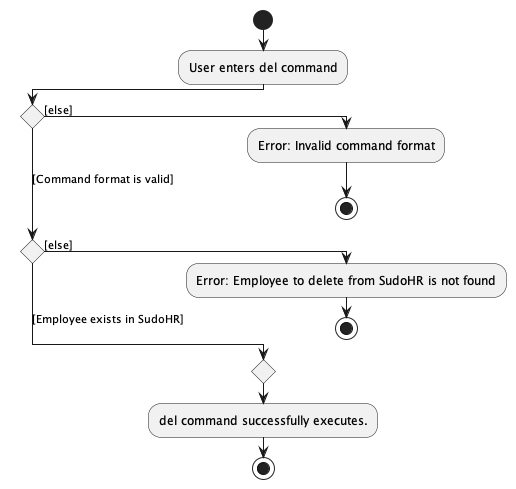
Before: docs/images/commands/employee/DeleteEmployeeActivityDiagram.png, a diagram exported from PlantUML (nus-cs2103-AY2223S2/tp). Source of this version:
```plantuml
@startuml
!pragma useVerticalIf on
start
:User enters del command;
if () then ([else])
  :Error: Invalid command format;
  stop
([Command format is valid])elseif () then ([else])
  :Error: Employee to delete from SudoHR is not found;
   stop
 else ([Employee exists in SudoHR])
endif
  :del command successfully executes.;
stop

@enduml
```
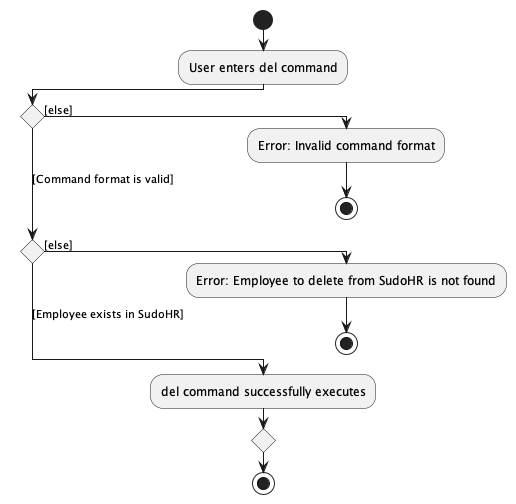
After the change.

What changed in the source:
```diff
@@ -8,9 +8,9 @@
 ([Command format is valid])elseif () then ([else])
   :Error: Employee to delete from SudoHR is not found;
    stop
- else ([Employee exists in SudoHR])
-endif
-  :del command successfully executes.;
+else ([Employee exists in SudoHR])
+  :del command successfully executes;
+  endif
 stop
 
 @enduml
```
